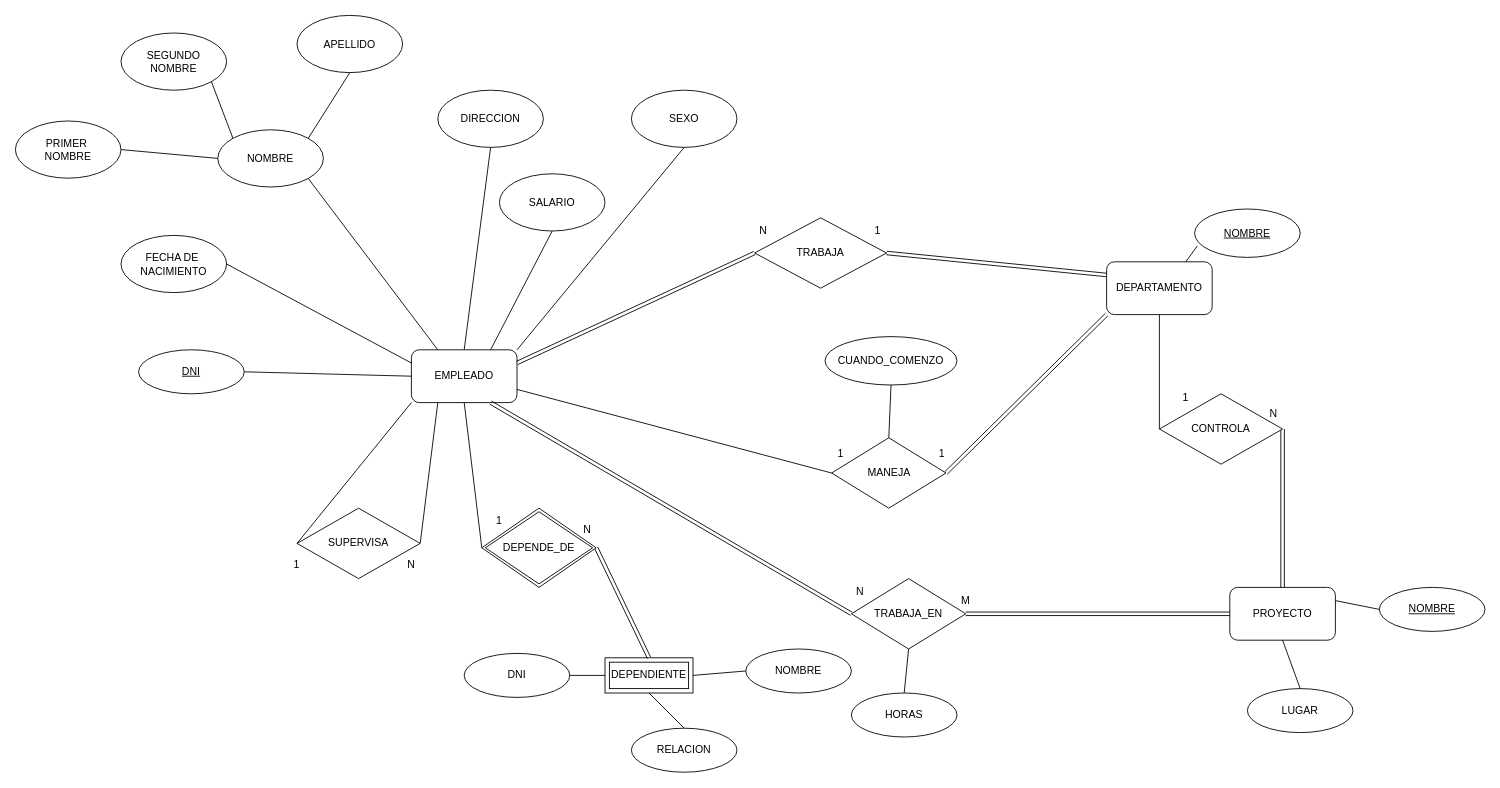
Before: clase_2/DER.drawio in FIUBA-Posgrado-Inteligencia-Artificial/BDIA, a draw.io diagram. Source tidied: cells renumbered, new cells numbered last; positions are measured from the earlier drawing's top-left corner, leaving out a move shared by most shapes. Both pictures are drawn from the tidied source at 88%, with x=0, y=0 at pixel (15, 15).
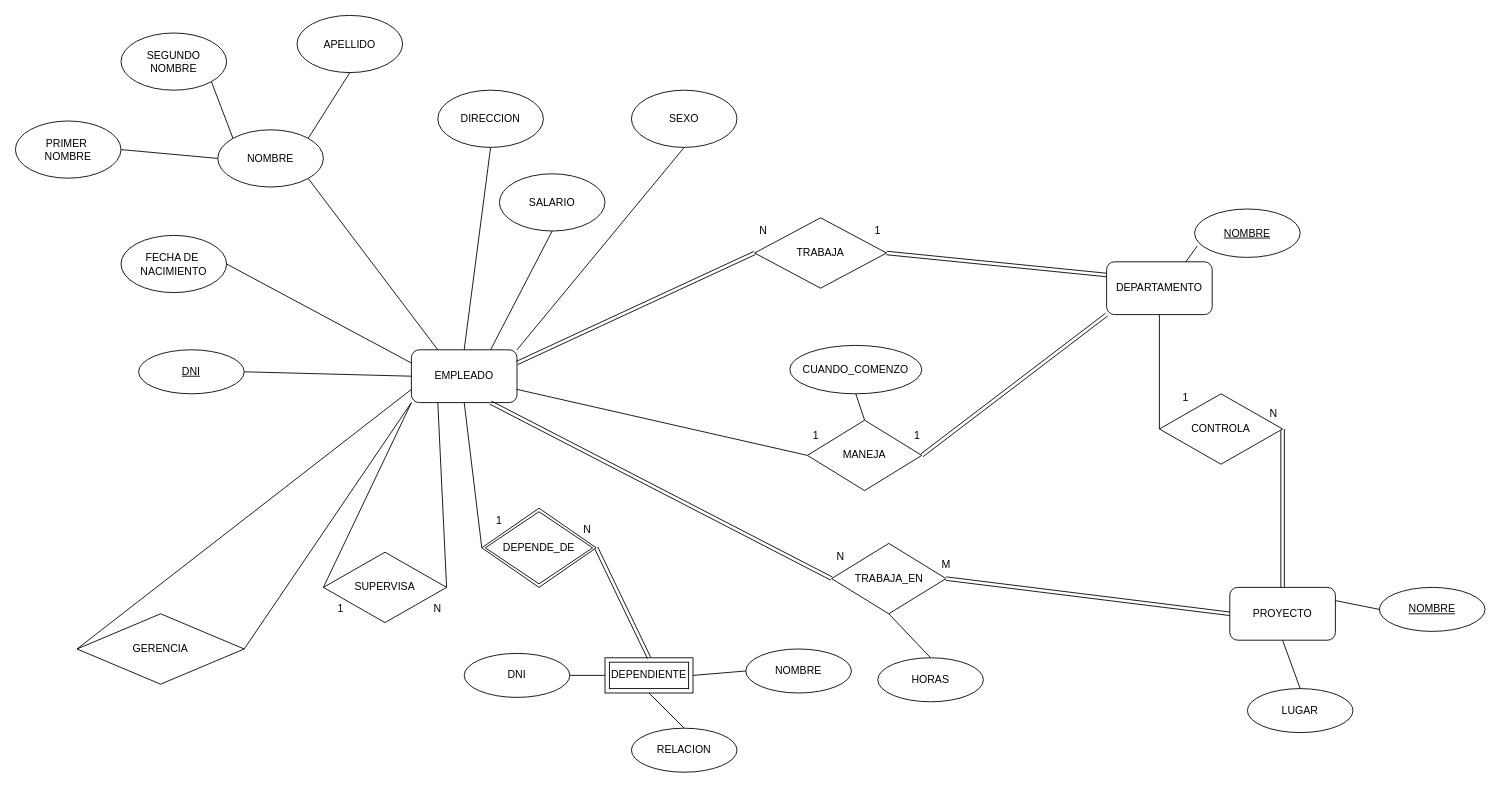
Above is the later version.

Unchanged cells that the change refers to:
```xml
<mxCell id="2" value="EMPLEADO" style="rounded=1;whiteSpace=wrap;html=1;" parent="1" vertex="1">
  <mxGeometry x="450" y="380" width="120" height="60" as="geometry" />
</mxCell>
```

Diff of the diagram source:
```diff
@@
-    <mxCell id="8" value="SUPERVISA" style="rhombus;whiteSpace=wrap;html=1;" parent="1" vertex="1">
-      <mxGeometry x="320" y="560" width="140" height="80" as="geometry" />
-    </mxCell>
@@
     <mxCell id="20" value="HORAS" style="ellipse;whiteSpace=wrap;html=1;" parent="1" vertex="1">
-      <mxGeometry x="950" y="770" width="120" height="50" as="geometry" />
+      <mxGeometry x="980" y="730" width="120" height="50" as="geometry" />
     </mxCell>
@@
     <mxCell id="33" value="CUANDO_COMENZO" style="ellipse;whiteSpace=wrap;html=1;" parent="1" vertex="1">
-      <mxGeometry x="920" y="365" width="150" height="55" as="geometry" />
+      <mxGeometry x="880" y="375" width="150" height="55" as="geometry" />
     </mxCell>
@@
     <mxCell id="50" style="group;" parent="1" vertex="1">
-      <mxGeometry x="907.5" y="480" width="175" height="80" as="geometry" />
+      <mxGeometry x="880" y="460" width="175" height="80" as="geometry" />
     </mxCell>
@@
     <mxCell id="54" style="group;" parent="1" vertex="1">
-      <mxGeometry x="930" y="640" width="180" height="80" as="geometry" />
+      <mxGeometry x="907.5" y="600" width="180" height="80" as="geometry" />
     </mxCell>
@@
-    <mxCell id="58" value="1" style="text;html=1;strokeColor=none;fillColor=none;align=center;verticalAlign=middle;whiteSpace=wrap;rounded=0;" parent="1" vertex="1">
-      <mxGeometry x="290" y="610" width="60" height="30" as="geometry" />
-    </mxCell>
-    <mxCell id="59" value="N" style="text;html=1;strokeColor=none;fillColor=none;align=center;verticalAlign=middle;whiteSpace=wrap;rounded=0;" parent="1" vertex="1">
-      <mxGeometry x="420" y="610" width="60" height="30" as="geometry" />
-    </mxCell>
@@
+    <mxCell id="76" value="GERENCIA" style="rhombus;whiteSpace=wrap;html=1;" parent="1" vertex="1">
+      <mxGeometry x="70" y="680" width="190" height="80" as="geometry" />
+    </mxCell>
+    <mxCell id="77" style="endArrow=none;html=1;rounded=0;entryX=0;entryY=0.75;entryDx=0;entryDy=0;exitX=0;exitY=0.5;exitDx=0;exitDy=0;" parent="1" edge="1" source="76" target="2">
+      <mxGeometry relative="1" as="geometry" />
+    </mxCell>
+    <mxCell id="78" style="endArrow=none;html=1;rounded=0;exitX=1;exitY=0.5;exitDx=0;exitDy=0;entryX=0;entryY=1;entryDx=0;entryDy=0;" parent="1" edge="1" source="76" target="2">
+      <mxGeometry relative="1" as="geometry" />
+    </mxCell>
+    <mxCell id="79" style="group;" parent="1" vertex="1">
+      <mxGeometry x="350" y="610" width="160" height="80" as="geometry" />
+    </mxCell>
+    <mxCell id="8" value="SUPERVISA" style="rhombus;whiteSpace=wrap;html=1;" parent="79" vertex="1">
+      <mxGeometry width="140" height="80" as="geometry" />
+    </mxCell>
+    <mxCell id="59" value="N" style="text;html=1;strokeColor=none;fillColor=none;align=center;verticalAlign=middle;whiteSpace=wrap;rounded=0;" parent="79" vertex="1">
+      <mxGeometry x="100" y="50" width="60" height="30" as="geometry" />
+    </mxCell>
+    <mxCell id="58" value="1" style="text;html=1;strokeColor=none;fillColor=none;align=center;verticalAlign=middle;whiteSpace=wrap;rounded=0;" parent="79" vertex="1">
+      <mxGeometry x="-10" y="50" width="60" height="30" as="geometry" />
+    </mxCell>
```
